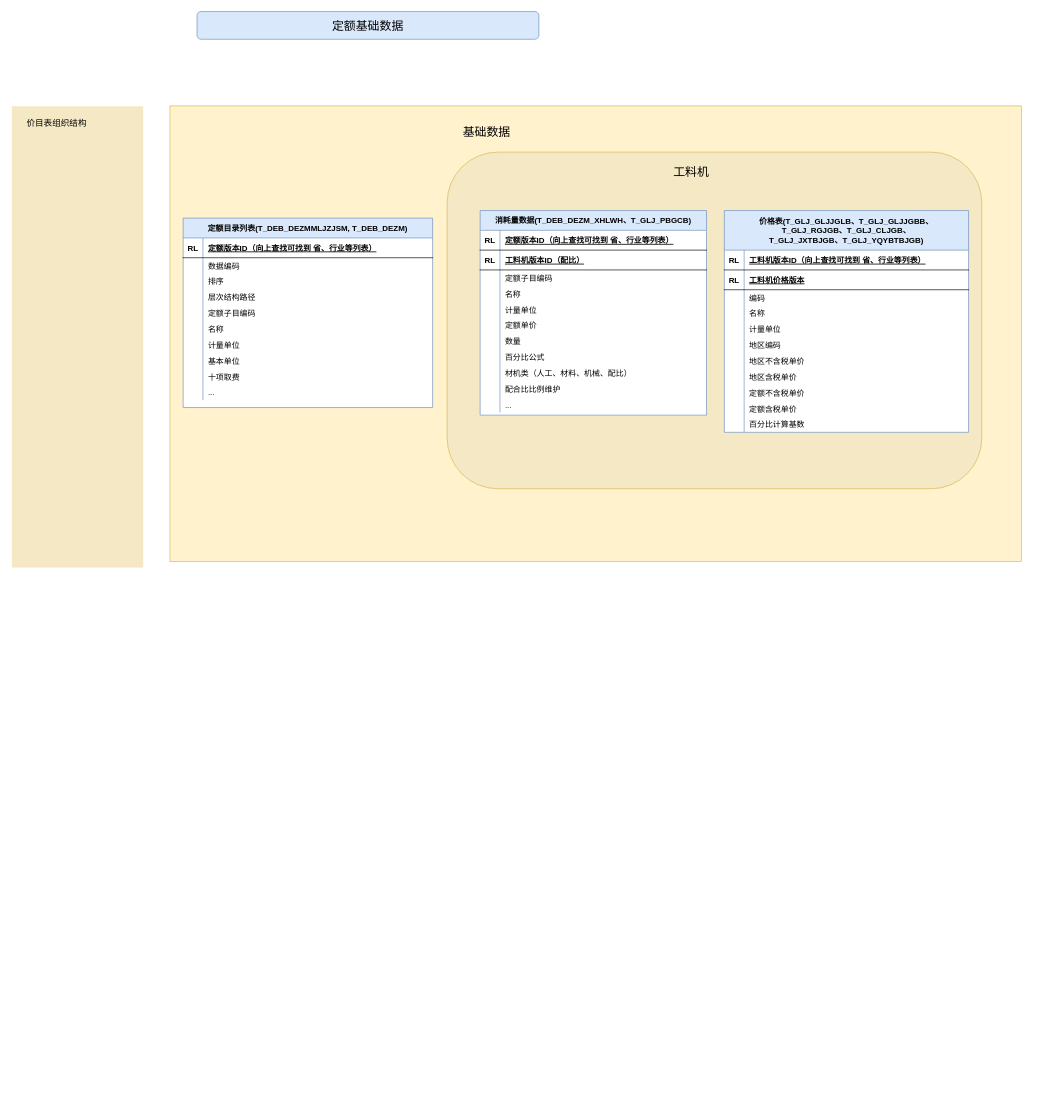
Above: 定额基础数据组织.drawio in gengzx/keep (draw.io), before the change. Source tidied: cells renumbered, new cells numbered last; positions are measured from the earlier drawing's top-left corner, leaving out a move shared by most shapes. Both pictures are drawn from the tidied source at 66%, with x=0, y=0 at pixel (11, 11).
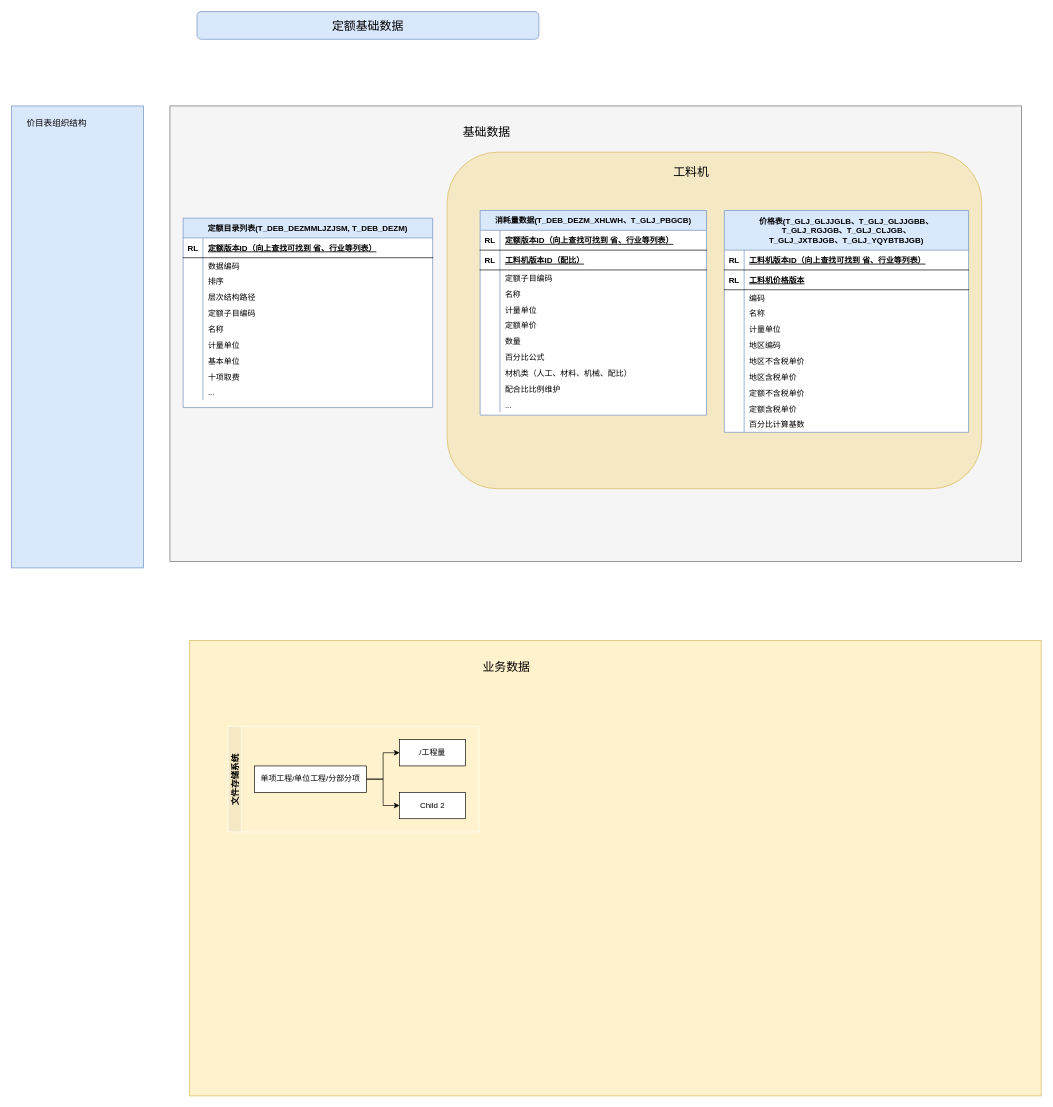
The same page after the edit.

Commit message (it also covers changes not shown here):
更新定额基础数据组织.drawio

The edit, as a diff of the source:
```diff
@@
-    <mxCell id="2" style="rounded=0;whiteSpace=wrap;html=1;shadow=0;sketch=0;fontSize=13;fillColor=#fff2cc;strokeColor=#d6b656;" parent="1" vertex="1">
+    <mxCell id="2" style="rounded=0;whiteSpace=wrap;html=1;shadow=0;sketch=0;fontSize=13;fillColor=#f5f5f5;strokeColor=#666666;fontColor=#333333;" parent="1" vertex="1">
       <mxGeometry x="240" y="143" width="1290" height="690" as="geometry" />
     </mxCell>
@@
-    <mxCell id="106" style="rounded=0;whiteSpace=wrap;html=1;shadow=0;sketch=0;fontSize=13;strokeColor=#FFFFFF;fillColor=#F5E8C4;" parent="1" vertex="1">
+    <mxCell id="106" style="rounded=0;whiteSpace=wrap;html=1;shadow=0;sketch=0;fontSize=13;strokeColor=#6c8ebf;fillColor=#dae8fc;" parent="1" vertex="1">
       <mxGeometry y="143" width="200" height="700" as="geometry" />
     </mxCell>
@@
+    <mxCell id="108" style="rounded=0;whiteSpace=wrap;html=1;shadow=0;sketch=0;fontSize=13;fillColor=#fff2cc;strokeColor=#d6b656;" parent="1" vertex="1">
+      <mxGeometry x="270" y="953" width="1290" height="690" as="geometry" />
+    </mxCell>
+    <mxCell id="109" value="&lt;font style=&quot;font-size: 18px&quot;&gt;业务数据&lt;/font&gt;" style="text;html=1;strokeColor=none;fillColor=none;align=center;verticalAlign=middle;whiteSpace=wrap;rounded=0;shadow=0;sketch=0;fontSize=13;" parent="1" vertex="1">
+      <mxGeometry x="680" y="983" width="140" height="20" as="geometry" />
+    </mxCell>
+    <mxCell id="110" value="文件存储系统" style="swimlane;startSize=20;horizontal=0;horizontalTree=1;containerType=tree;rounded=0;shadow=0;sketch=0;fontSize=13;strokeColor=#FFFFFF;fillColor=#F5E8C4;" parent="1" vertex="1">
+      <mxGeometry x="328" y="1083" width="380" height="160" as="geometry" />
+    </mxCell>
+    <mxCell id="111" value="单项工程/单位工程/分部分项" style="whiteSpace=wrap;html=1;" parent="110" vertex="1">
+      <mxGeometry x="40" y="60" width="170" height="40" as="geometry" />
+    </mxCell>
+    <mxCell id="112" value="/工程量" style="whiteSpace=wrap;html=1;" parent="110" vertex="1">
+      <mxGeometry x="260" y="20" width="100" height="40" as="geometry" />
+    </mxCell>
+    <mxCell id="113" style="edgeStyle=elbowEdgeStyle;elbow=horizontal;html=1;rounded=0;" parent="110" edge="1" source="111" target="112">
+      <mxGeometry relative="1" as="geometry" />
+    </mxCell>
+    <mxCell id="114" value="Child 2" style="whiteSpace=wrap;html=1;" parent="110" vertex="1">
+      <mxGeometry x="260" y="100" width="100" height="40" as="geometry" />
+    </mxCell>
+    <mxCell id="115" style="edgeStyle=elbowEdgeStyle;elbow=horizontal;html=1;rounded=0;" parent="110" edge="1" source="111" target="114">
+      <mxGeometry relative="1" as="geometry" />
+    </mxCell>
```
